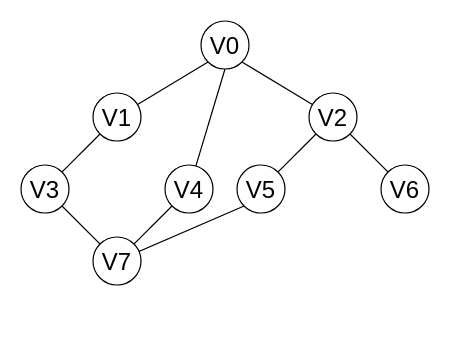
Before: Pics/12.drawio in m66rk9t/algorithms, a draw.io diagram. Source tidied: cells renumbered, new cells numbered last; positions are measured from the earlier drawing's top-left corner, leaving out a move shared by most shapes. Both pictures are drawn from the tidied source at 120%, with x=0, y=0 at pixel (20, 20).
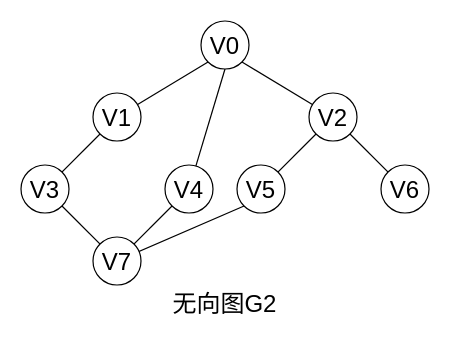
Above is the later version.

Diff of the diagram source:
```diff
@@
 <mxGraphModel>
   <root>
     <mxCell id="0" />
     <mxCell id="1" parent="0" />
     <mxCell id="2" style="edgeStyle=none;rounded=0;jettySize=auto;html=1;exitX=0;exitY=1;exitDx=0;exitDy=0;fontSize=20;entryX=0.5;entryY=0.5;entryDx=0;entryDy=0;entryPerimeter=0;" parent="1" edge="1" source="18" target="11">
       <mxGeometry relative="1" as="geometry" />
     </mxCell>
     <mxCell id="3" style="edgeStyle=none;rounded=0;jettySize=auto;html=1;exitX=1;exitY=1;exitDx=0;exitDy=0;fontSize=20;entryX=0.5;entryY=0.5;entryDx=0;entryDy=0;entryPerimeter=0;" parent="1" edge="1" source="18" target="9">
       <mxGeometry relative="1" as="geometry" />
     </mxCell>
     <mxCell id="4" style="edgeStyle=none;rounded=0;jettySize=auto;html=1;exitX=0;exitY=1;exitDx=0;exitDy=0;fontSize=20;entryX=0.5;entryY=0.5;entryDx=0;entryDy=0;entryPerimeter=0;" parent="1" edge="1" source="17" target="13">
       <mxGeometry relative="1" as="geometry" />
     </mxCell>
     <mxCell id="5" style="edgeStyle=none;rounded=0;jettySize=auto;html=1;exitX=0;exitY=1;exitDx=0;exitDy=0;fontSize=20;entryX=0.5;entryY=0.5;entryDx=0;entryDy=0;entryPerimeter=0;" parent="1" edge="1" source="8" target="17">
       <mxGeometry relative="1" as="geometry" />
     </mxCell>
     <mxCell id="6" style="edgeStyle=none;rounded=0;jettySize=auto;html=1;exitX=1;exitY=1;exitDx=0;exitDy=0;entryX=0.5;entryY=0.5;entryDx=0;entryDy=0;fontSize=20;entryPerimeter=0;" parent="1" edge="1" source="8" target="18">
       <mxGeometry relative="1" as="geometry" />
     </mxCell>
     <mxCell id="7" style="edgeStyle=none;rounded=0;jettySize=auto;html=1;exitX=0.5;exitY=1;exitDx=0;exitDy=0;entryX=0.5;entryY=0.5;entryDx=0;entryDy=0;entryPerimeter=0;" parent="1" edge="1" source="8" target="15">
       <mxGeometry relative="1" as="geometry" />
     </mxCell>
     <mxCell id="8" value="V0" style="ellipse;whiteSpace=wrap;html=1;fontSize=20;" parent="1" vertex="1">
       <mxGeometry x="150" width="40" height="40" as="geometry" />
     </mxCell>
     <mxCell id="9" value="V6" style="ellipse;whiteSpace=wrap;html=1;fontSize=20;" parent="1" vertex="1">
       <mxGeometry x="300" y="120" width="40" height="40" as="geometry" />
     </mxCell>
     <mxCell id="10" style="edgeStyle=none;rounded=0;jettySize=auto;html=1;exitX=0;exitY=1;exitDx=0;exitDy=0;entryX=0.5;entryY=0.5;entryDx=0;entryDy=0;entryPerimeter=0;" parent="1" edge="1" source="11" target="16">
       <mxGeometry relative="1" as="geometry" />
     </mxCell>
     <mxCell id="11" value="V5" style="ellipse;whiteSpace=wrap;html=1;fontSize=20;" parent="1" vertex="1">
       <mxGeometry x="180" y="120" width="40" height="40" as="geometry" />
     </mxCell>
     <mxCell id="12" style="edgeStyle=none;rounded=0;jettySize=auto;html=1;exitX=1;exitY=1;exitDx=0;exitDy=0;entryX=0.5;entryY=0.5;entryDx=0;entryDy=0;fontSize=20;entryPerimeter=0;" parent="1" edge="1" source="13" target="16">
       <mxGeometry relative="1" as="geometry" />
     </mxCell>
     <mxCell id="13" value="V3" style="ellipse;whiteSpace=wrap;html=1;fontSize=20;" parent="1" vertex="1">
       <mxGeometry y="120" width="40" height="40" as="geometry" />
     </mxCell>
     <mxCell id="14" style="rounded=0;jettySize=auto;html=1;exitX=0;exitY=1;exitDx=0;exitDy=0;entryX=0.5;entryY=0.5;entryDx=0;entryDy=0;entryPerimeter=0;" parent="1" edge="1" source="15" target="16">
       <mxGeometry relative="1" as="geometry" />
     </mxCell>
     <mxCell id="15" value="V4" style="ellipse;whiteSpace=wrap;html=1;fontSize=20;" parent="1" vertex="1">
       <mxGeometry x="120" y="120" width="40" height="40" as="geometry" />
     </mxCell>
     <mxCell id="16" value="V7" style="ellipse;whiteSpace=wrap;html=1;fontSize=20;" parent="1" vertex="1">
       <mxGeometry x="60" y="180" width="40" height="40" as="geometry" />
     </mxCell>
     <mxCell id="17" value="V1" style="ellipse;whiteSpace=wrap;html=1;fontSize=20;" parent="1" vertex="1">
       <mxGeometry x="60" y="60" width="40" height="40" as="geometry" />
     </mxCell>
     <mxCell id="18" value="V2" style="ellipse;whiteSpace=wrap;html=1;fontSize=20;" parent="1" vertex="1">
       <mxGeometry x="240" y="60" width="40" height="40" as="geometry" />
     </mxCell>
+    <mxCell id="19" value="无向图G2" style="text;html=1;strokeColor=none;fillColor=none;align=center;verticalAlign=middle;whiteSpace=wrap;rounded=0;fontSize=20;" parent="1" vertex="1">
+      <mxGeometry y="220" width="340" height="30" as="geometry" />
+    </mxCell>
   </root>
 </mxGraphModel>
```
